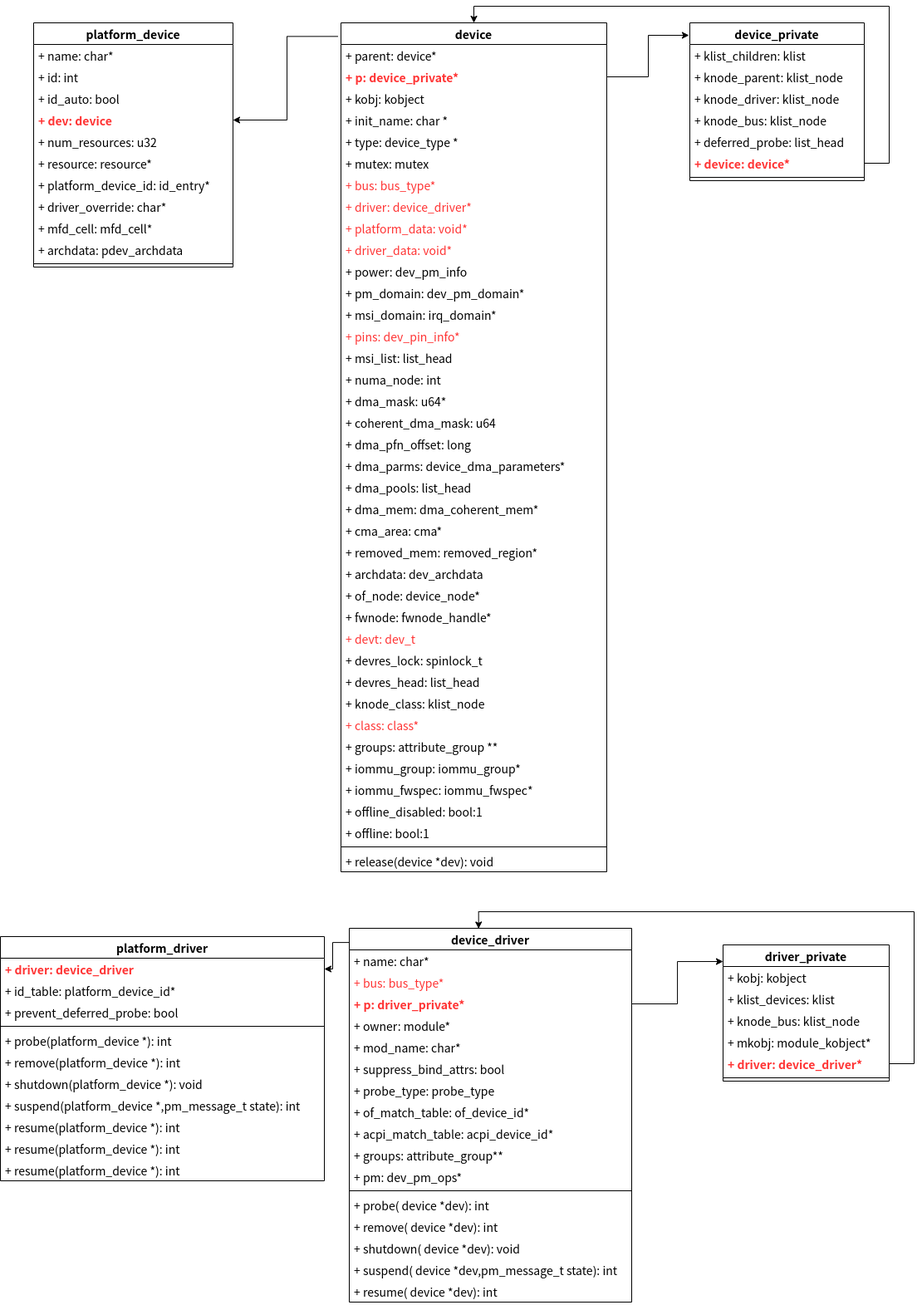
The draw.io diagram linux kernel device.png in zhangmeizhen/test2, before a commit. Source tidied: cells renumbered, new cells last; positions are measured from the earlier drawing's top-left corner, leaving out a move shared by most shapes.
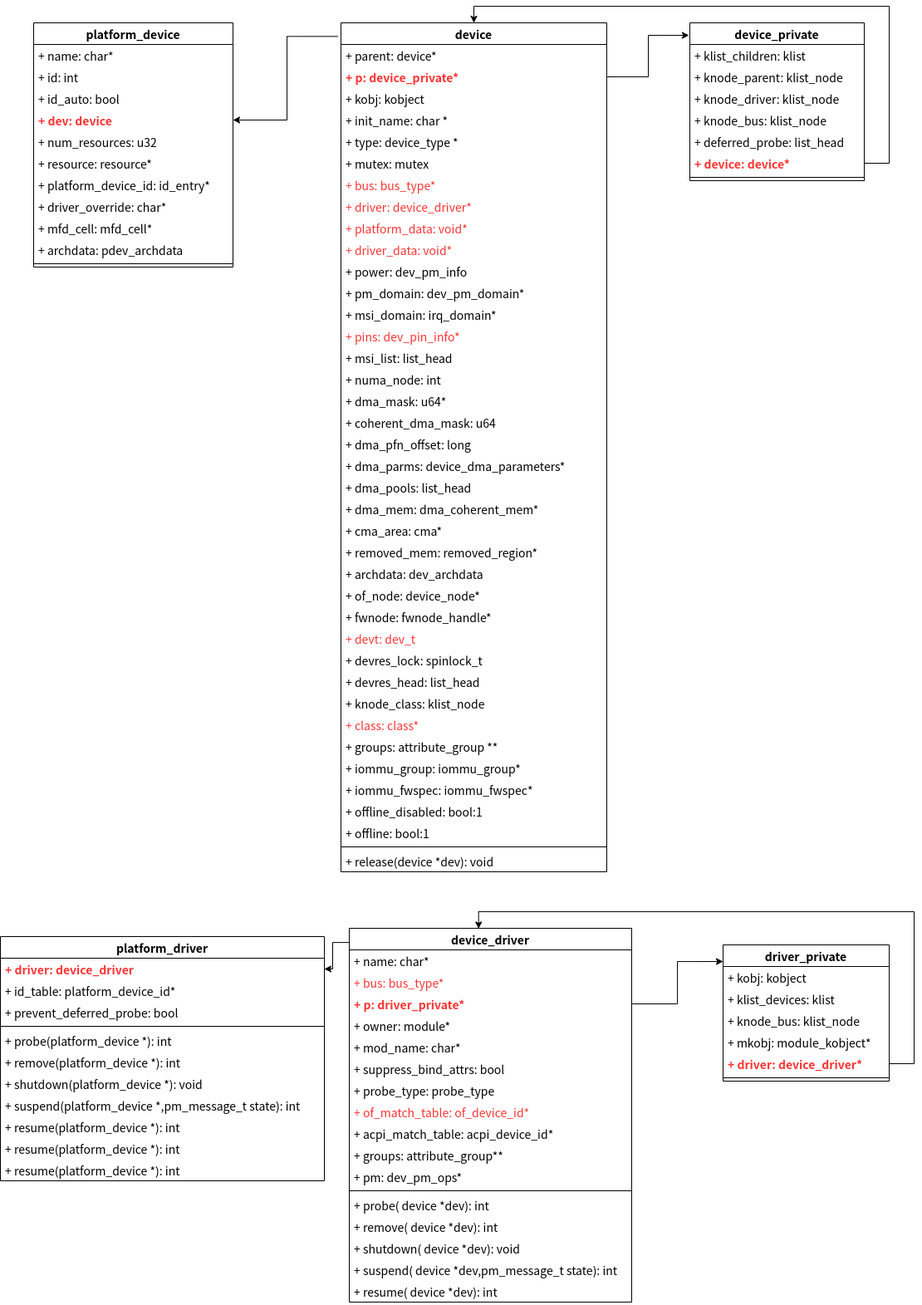
After the change.

Diff of the diagram source:
```diff
@@ -224,7 +224,7 @@
     <mxCell id="75" value="+ probe_type: probe_type" style="text;strokeColor=none;fillColor=none;align=left;verticalAlign=top;spacingLeft=4;spacingRight=4;overflow=hidden;fontSize=14;fontColor=#000000;" parent="68" vertex="1">
       <mxGeometry y="182" width="340" height="26" as="geometry" />
     </mxCell>
-    <mxCell id="76" value="+ of_match_table: of_device_id*" style="text;strokeColor=none;fillColor=none;align=left;verticalAlign=top;spacingLeft=4;spacingRight=4;overflow=hidden;fontSize=14;fontColor=#000000;" parent="68" vertex="1">
+    <mxCell id="76" value="+ of_match_table: of_device_id*" style="text;strokeColor=none;fillColor=none;align=left;verticalAlign=top;spacingLeft=4;spacingRight=4;overflow=hidden;fontSize=14;fontColor=#FF3333;" parent="68" vertex="1">
       <mxGeometry y="208" width="340" height="26" as="geometry" />
     </mxCell>
     <mxCell id="77" value="+ acpi_match_table: acpi_device_id*" style="text;strokeColor=none;fillColor=none;align=left;verticalAlign=top;spacingLeft=4;spacingRight=4;overflow=hidden;fontSize=14;fontColor=#000000;" parent="68" vertex="1">
```
